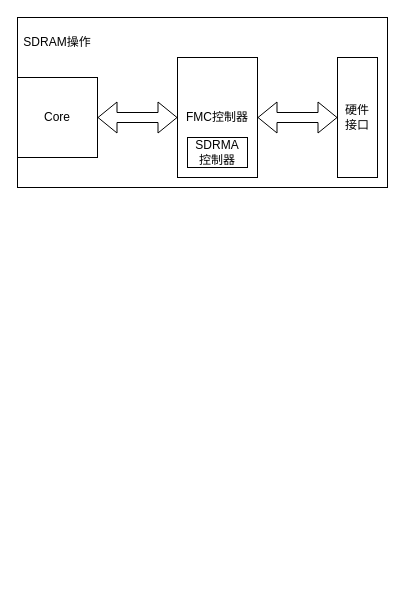
The draw.io diagram page "fsmc" (9 of 11) of modules/doc/embed.drawio in zc110747/embedded_based_on_stm32, before the edit. Source tidied: cells renumbered, new cells numbered last; positions are measured from the earlier drawing's top-left corner, leaving out a move shared by most shapes. Both pictures are drawn from the tidied source at 100%, with x=0, y=0 at pixel (17, 17).
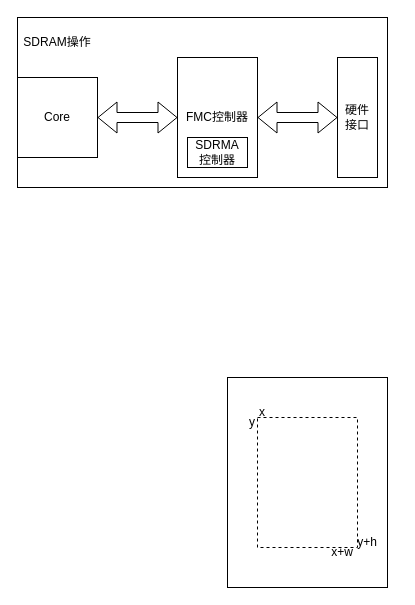
The same page after the edit.

What changed in the source:
```diff
@@
 <mxGraphModel>
   <root>
     <mxCell id="0" />
     <mxCell id="1" parent="0" />
+    <mxCell id="10" style="rounded=0;whiteSpace=wrap;html=1;" parent="1" vertex="1">
+      <mxGeometry x="210" y="360" width="160" height="210" as="geometry" />
+    </mxCell>
     <mxCell id="2" style="rounded=0;whiteSpace=wrap;html=1;" parent="1" vertex="1">
       <mxGeometry width="370" height="170" as="geometry" />
     </mxCell>
     <mxCell id="3" value="Core" style="rounded=0;whiteSpace=wrap;html=1;" parent="1" vertex="1">
       <mxGeometry y="60" width="80" height="80" as="geometry" />
     </mxCell>
     <mxCell id="4" value="FMC控制器" style="rounded=0;whiteSpace=wrap;html=1;" parent="1" vertex="1">
       <mxGeometry x="160" y="40" width="80" height="120" as="geometry" />
     </mxCell>
     <mxCell id="5" value="SDRMA&lt;div&gt;控制器&lt;/div&gt;" style="rounded=0;whiteSpace=wrap;html=1;" parent="1" vertex="1">
       <mxGeometry x="170" y="120" width="60" height="30" as="geometry" />
     </mxCell>
     <mxCell id="6" value="硬件&lt;div&gt;接口&lt;/div&gt;" style="rounded=0;whiteSpace=wrap;html=1;" parent="1" vertex="1">
       <mxGeometry x="320" y="40" width="40" height="120" as="geometry" />
     </mxCell>
     <mxCell id="7" style="shape=flexArrow;endArrow=classic;startArrow=classic;html=1;exitX=1;exitY=0.5;exitDx=0;exitDy=0;entryX=0;entryY=0.5;entryDx=0;entryDy=0;" parent="1" edge="1" source="3" target="4">
       <mxGeometry relative="1" as="geometry" />
     </mxCell>
     <mxCell id="8" style="shape=flexArrow;endArrow=classic;startArrow=classic;html=1;exitX=1;exitY=0.5;exitDx=0;exitDy=0;entryX=0;entryY=0.5;entryDx=0;entryDy=0;" parent="1" edge="1" source="4" target="6">
       <mxGeometry relative="1" as="geometry" />
     </mxCell>
     <mxCell id="9" value="SDRAM操作" style="text;html=1;align=center;verticalAlign=middle;whiteSpace=wrap;rounded=0;" parent="1" vertex="1">
       <mxGeometry y="10" width="80" height="30" as="geometry" />
     </mxCell>
+    <mxCell id="11" style="rounded=0;whiteSpace=wrap;html=1;dashed=1;" parent="1" vertex="1">
+      <mxGeometry x="240" y="400" width="100" height="130" as="geometry" />
+    </mxCell>
+    <mxCell id="12" value="x" style="text;html=1;whiteSpace=wrap;strokeColor=none;fillColor=none;align=center;verticalAlign=middle;rounded=0;" parent="1" vertex="1">
+      <mxGeometry x="220" y="380" width="50" height="30" as="geometry" />
+    </mxCell>
+    <mxCell id="13" value="x+w" style="text;html=1;whiteSpace=wrap;strokeColor=none;fillColor=none;align=center;verticalAlign=middle;rounded=0;" parent="1" vertex="1">
+      <mxGeometry x="300" y="520" width="50" height="30" as="geometry" />
+    </mxCell>
+    <mxCell id="14" value="y" style="text;html=1;whiteSpace=wrap;strokeColor=none;fillColor=none;align=center;verticalAlign=middle;rounded=0;" parent="1" vertex="1">
+      <mxGeometry x="210" y="390" width="50" height="30" as="geometry" />
+    </mxCell>
+    <mxCell id="15" value="y+h" style="text;html=1;whiteSpace=wrap;strokeColor=none;fillColor=none;align=center;verticalAlign=middle;rounded=0;" parent="1" vertex="1">
+      <mxGeometry x="320" y="510" width="60" height="30" as="geometry" />
+    </mxCell>
   </root>
 </mxGraphModel>
```
